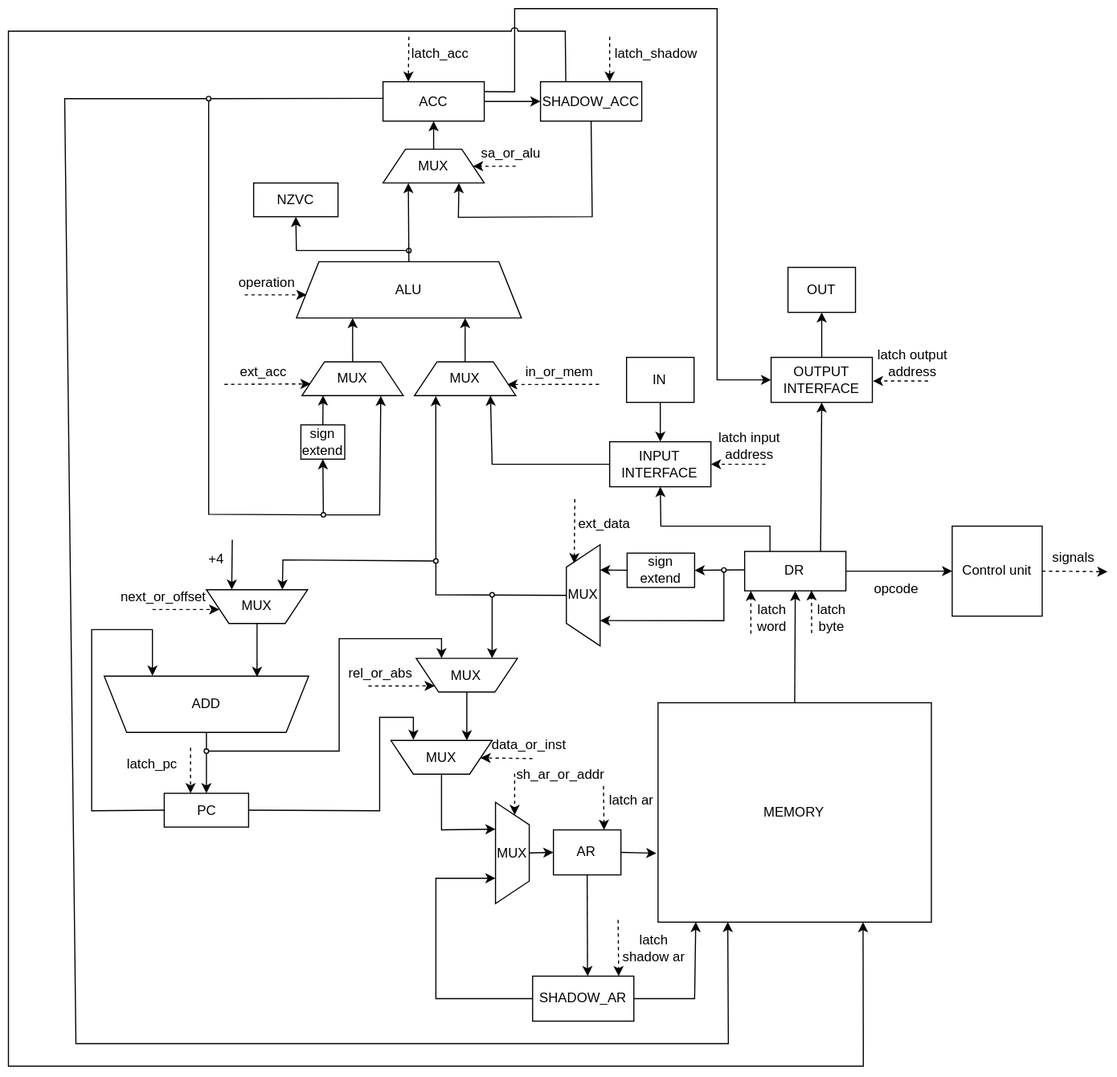
Above: assets/datapath/scheme.svg in AstroSoup/computer-system-architecture-lab-4 (draw.io), before the change. Source tidied: cells renumbered, new cells last; positions are measured from the earlier drawing's top-left corner, leaving out a move shared by most shapes.
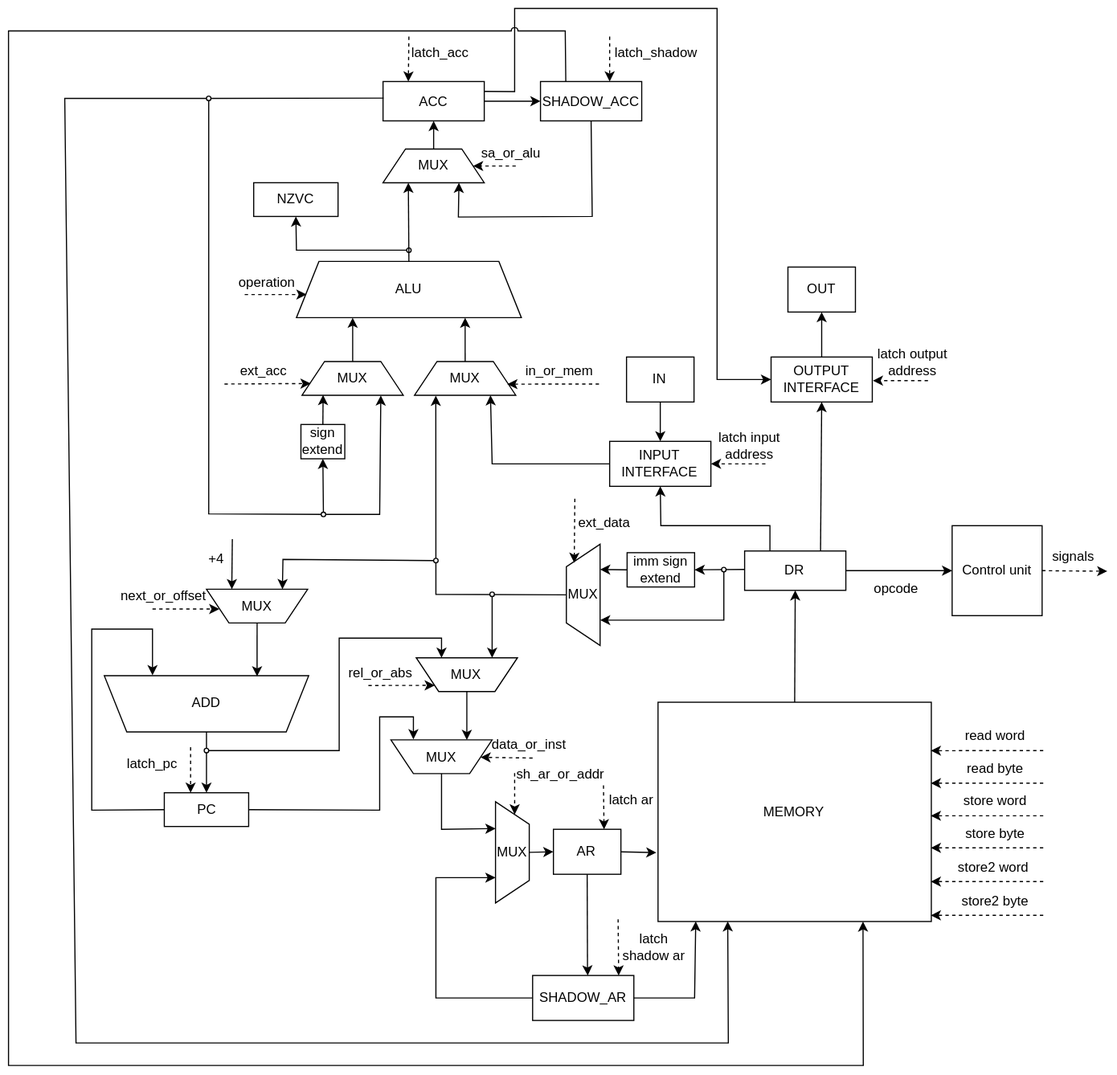
The same diagram one commit later.

Change to the diagram source:
```diff
@@ -68,14 +68,13 @@
     <mxCell id="21" value="latch ar" style="text;html=1;whiteSpace=wrap;strokeColor=none;fillColor=none;align=center;verticalAlign=middle;rounded=0;" parent="1" vertex="1">
       <mxGeometry x="524" y="688.5" width="60" height="30" as="geometry" />
     </mxCell>
-    <mxCell id="22" style="endArrow=classic;html=1;rounded=0;dashed=1;entryX=0.233;entryY=0.997;entryDx=0;entryDy=0;entryPerimeter=0;" parent="1" edge="1">
+    <mxCell id="22" style="endArrow=classic;html=1;rounded=0;dashed=1;entryX=0.998;entryY=0.221;entryDx=0;entryDy=0;entryPerimeter=0;" parent="1" edge="1" target="7">
       <mxGeometry relative="1" as="geometry">
-        <mxPoint x="660" y="555.6" as="sourcePoint" />
-        <mxPoint x="660" y="517.5" as="targetPoint" />
+        <mxPoint x="920" y="660" as="sourcePoint" />
       </mxGeometry>
     </mxCell>
-    <mxCell id="23" value="latch word" style="text;html=1;whiteSpace=wrap;strokeColor=none;fillColor=none;align=center;verticalAlign=middle;rounded=0;" parent="1" vertex="1">
-      <mxGeometry x="654.5" y="527" width="50" height="30" as="geometry" />
+    <mxCell id="23" value="read word" style="text;html=1;whiteSpace=wrap;strokeColor=none;fillColor=none;align=center;verticalAlign=middle;rounded=0;" parent="1" vertex="1">
+      <mxGeometry x="835.5" y="632" width="84.5" height="30" as="geometry" />
     </mxCell>
     <mxCell id="24" style="endArrow=classic;html=1;rounded=0;entryX=1;entryY=0.75;entryDx=0;entryDy=0;dashed=1;" parent="1" edge="1">
       <mxGeometry relative="1" as="geometry">
@@ -284,7 +283,7 @@
         <mxPoint x="268.6" y="333.6" as="targetPoint" />
       </mxGeometry>
     </mxCell>
-    <mxCell id="71" value="sign extend" style="rounded=0;whiteSpace=wrap;html=1;" parent="1" vertex="1">
+    <mxCell id="71" value="imm sign extend" style="rounded=0;whiteSpace=wrap;html=1;" parent="1" vertex="1">
       <mxGeometry x="550" y="484" width="60" height="30.5" as="geometry" />
     </mxCell>
     <mxCell id="72" style="ellipse;whiteSpace=wrap;html=1;fillColor=light-dark(#FFFFFF,#FFFFFF);" parent="1" vertex="1">
@@ -319,15 +318,6 @@
     <mxCell id="78" style="ellipse;whiteSpace=wrap;html=1;fillColor=light-dark(#FFFFFF,#FFFFFF);" parent="1" vertex="1">
       <mxGeometry x="378" y="489" width="4" height="4" as="geometry" />
     </mxCell>
-    <mxCell id="79" style="endArrow=classic;html=1;rounded=0;dashed=1;entryX=0.233;entryY=0.997;entryDx=0;entryDy=0;entryPerimeter=0;" parent="1" edge="1">
-      <mxGeometry relative="1" as="geometry">
-        <mxPoint x="714" y="555.1" as="sourcePoint" />
-        <mxPoint x="714" y="517" as="targetPoint" />
-      </mxGeometry>
-    </mxCell>
-    <mxCell id="80" value="latch byte" style="text;html=1;whiteSpace=wrap;strokeColor=none;fillColor=none;align=center;verticalAlign=middle;rounded=0;" parent="1" vertex="1">
-      <mxGeometry x="714" y="527" width="36" height="30" as="geometry" />
-    </mxCell>
     <mxCell id="81" style="ellipse;whiteSpace=wrap;html=1;fillColor=light-dark(#FFFFFF,#FFFFFF);" parent="1" vertex="1">
       <mxGeometry x="174" y="658" width="4" height="4" as="geometry" />
     </mxCell>
@@ -492,5 +482,50 @@
     <mxCell id="112" value="sh_ar_or_addr" style="text;html=1;whiteSpace=wrap;strokeColor=none;fillColor=none;align=center;verticalAlign=middle;rounded=0;" parent="1" vertex="1">
       <mxGeometry x="450" y="665.5" width="82" height="30" as="geometry" />
     </mxCell>
+    <mxCell id="113" style="endArrow=classic;html=1;rounded=0;dashed=1;entryX=0.998;entryY=0.221;entryDx=0;entryDy=0;entryPerimeter=0;" parent="1" edge="1">
+      <mxGeometry relative="1" as="geometry">
+        <mxPoint x="920" y="689" as="sourcePoint" />
+        <mxPoint x="820" y="689" as="targetPoint" />
+      </mxGeometry>
+    </mxCell>
+    <mxCell id="114" value="read byte" style="text;html=1;whiteSpace=wrap;strokeColor=none;fillColor=none;align=center;verticalAlign=middle;rounded=0;" parent="1" vertex="1">
+      <mxGeometry x="835.5" y="661" width="84.5" height="30" as="geometry" />
+    </mxCell>
+    <mxCell id="115" style="endArrow=classic;html=1;rounded=0;dashed=1;entryX=0.998;entryY=0.221;entryDx=0;entryDy=0;entryPerimeter=0;" parent="1" edge="1">
+      <mxGeometry relative="1" as="geometry">
+        <mxPoint x="920" y="718" as="sourcePoint" />
+        <mxPoint x="820" y="718" as="targetPoint" />
+      </mxGeometry>
+    </mxCell>
+    <mxCell id="116" value="store word" style="text;html=1;whiteSpace=wrap;strokeColor=none;fillColor=none;align=center;verticalAlign=middle;rounded=0;" parent="1" vertex="1">
+      <mxGeometry x="835.5" y="690" width="84.5" height="30" as="geometry" />
+    </mxCell>
+    <mxCell id="117" style="endArrow=classic;html=1;rounded=0;dashed=1;entryX=0.998;entryY=0.221;entryDx=0;entryDy=0;entryPerimeter=0;" parent="1" edge="1">
+      <mxGeometry relative="1" as="geometry">
+        <mxPoint x="920" y="746.5" as="sourcePoint" />
+        <mxPoint x="820" y="746.5" as="targetPoint" />
+      </mxGeometry>
+    </mxCell>
+    <mxCell id="118" value="store byte" style="text;html=1;whiteSpace=wrap;strokeColor=none;fillColor=none;align=center;verticalAlign=middle;rounded=0;" parent="1" vertex="1">
+      <mxGeometry x="835.5" y="718.5" width="84.5" height="30" as="geometry" />
+    </mxCell>
+    <mxCell id="119" style="endArrow=classic;html=1;rounded=0;dashed=1;entryX=0.998;entryY=0.221;entryDx=0;entryDy=0;entryPerimeter=0;" parent="1" edge="1">
+      <mxGeometry relative="1" as="geometry">
+        <mxPoint x="920" y="776.5" as="sourcePoint" />
+        <mxPoint x="820" y="776.5" as="targetPoint" />
+      </mxGeometry>
+    </mxCell>
+    <mxCell id="120" value="store2 word&amp;nbsp;" style="text;html=1;whiteSpace=wrap;strokeColor=none;fillColor=none;align=center;verticalAlign=middle;rounded=0;" parent="1" vertex="1">
+      <mxGeometry x="835.5" y="748.5" width="84.5" height="30" as="geometry" />
+    </mxCell>
+    <mxCell id="121" style="endArrow=classic;html=1;rounded=0;dashed=1;entryX=0.998;entryY=0.221;entryDx=0;entryDy=0;entryPerimeter=0;" parent="1" edge="1">
+      <mxGeometry relative="1" as="geometry">
+        <mxPoint x="920" y="806.5" as="sourcePoint" />
+        <mxPoint x="820" y="806.5" as="targetPoint" />
+      </mxGeometry>
+    </mxCell>
+    <mxCell id="122" value="store2 byte" style="text;html=1;whiteSpace=wrap;strokeColor=none;fillColor=none;align=center;verticalAlign=middle;rounded=0;" parent="1" vertex="1">
+      <mxGeometry x="835.5" y="778.5" width="84.5" height="30" as="geometry" />
+    </mxCell>
   </root>
 </mxGraphModel>
```
